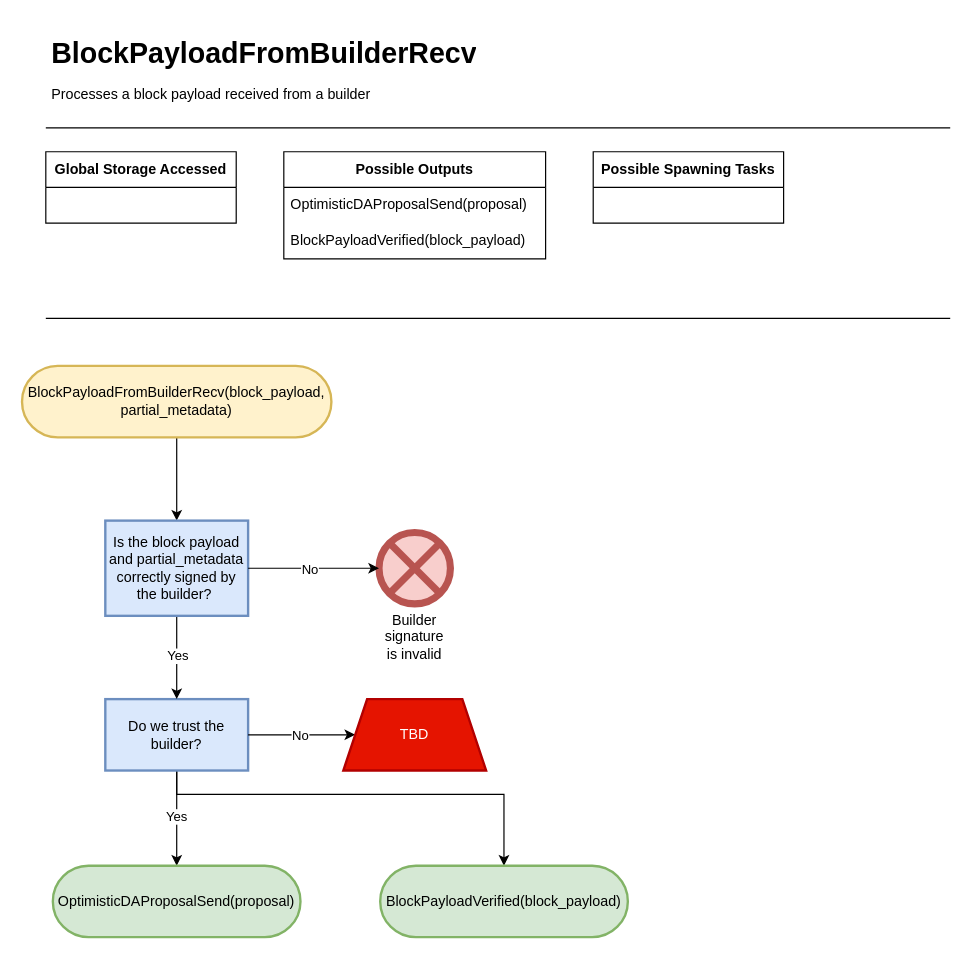
Earlier version of the draw.io diagram page "BlockPayloadFromBuilderRecv" (8 of 17) of docs/diagrams/HotShotFlow.drawio (EspressoSystems/HotShot). Source tidied: cells renumbered, new cells numbered last; positions are measured from the earlier drawing's top-left corner, leaving out a move shared by most shapes. Both pictures are drawn from the tidied source at 119%, with x=0, y=0 at pixel (21, 32).
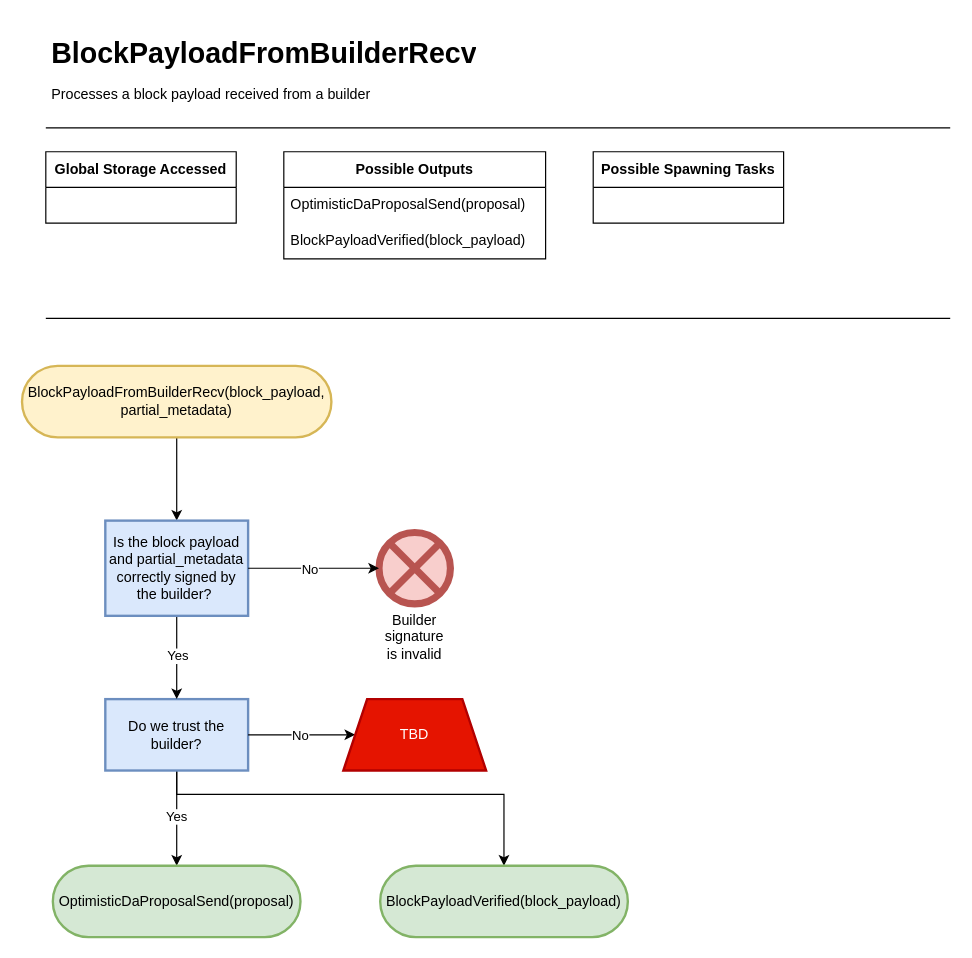
After the change.

The change refers to these unchanged cells:
```xml
<mxCell id="5" value="&lt;b&gt;Possible Outputs&lt;/b&gt;" style="swimlane;fontStyle=0;horizontal=1;startSize=30;whiteSpace=wrap;html=1;" parent="1" vertex="1">
  <mxGeometry x="220" y="100" width="220" height="90" as="geometry" />
</mxCell>
```

Diff of the diagram source:
```diff
@@
-    <mxCell id="6" value="OptimisticDAProposalSend(proposal)" style="text;strokeColor=none;fillColor=none;align=left;verticalAlign=middle;spacingLeft=4;spacingRight=4;overflow=hidden;whiteSpace=wrap;html=1;" parent="5" vertex="1">
+    <mxCell id="6" value="OptimisticDaProposalSend(proposal)" style="text;strokeColor=none;fillColor=none;align=left;verticalAlign=middle;spacingLeft=4;spacingRight=4;overflow=hidden;whiteSpace=wrap;html=1;" parent="5" vertex="1">
       <mxGeometry y="30" width="220" height="30" as="geometry" />
     </mxCell>
@@
-    <mxCell id="18" value="OptimisticDAProposalSend(proposal)" style="whiteSpace=wrap;html=1;fillColor=#d5e8d4;strokeColor=#82b366;rounded=1;arcSize=50;strokeWidth=2;" parent="1" vertex="1">
+    <mxCell id="18" value="OptimisticDaProposalSend(proposal)" style="whiteSpace=wrap;html=1;fillColor=#d5e8d4;strokeColor=#82b366;rounded=1;arcSize=50;strokeWidth=2;" parent="1" vertex="1">
       <mxGeometry x="25.9" y="700" width="208.1" height="60" as="geometry" />
     </mxCell>
```
